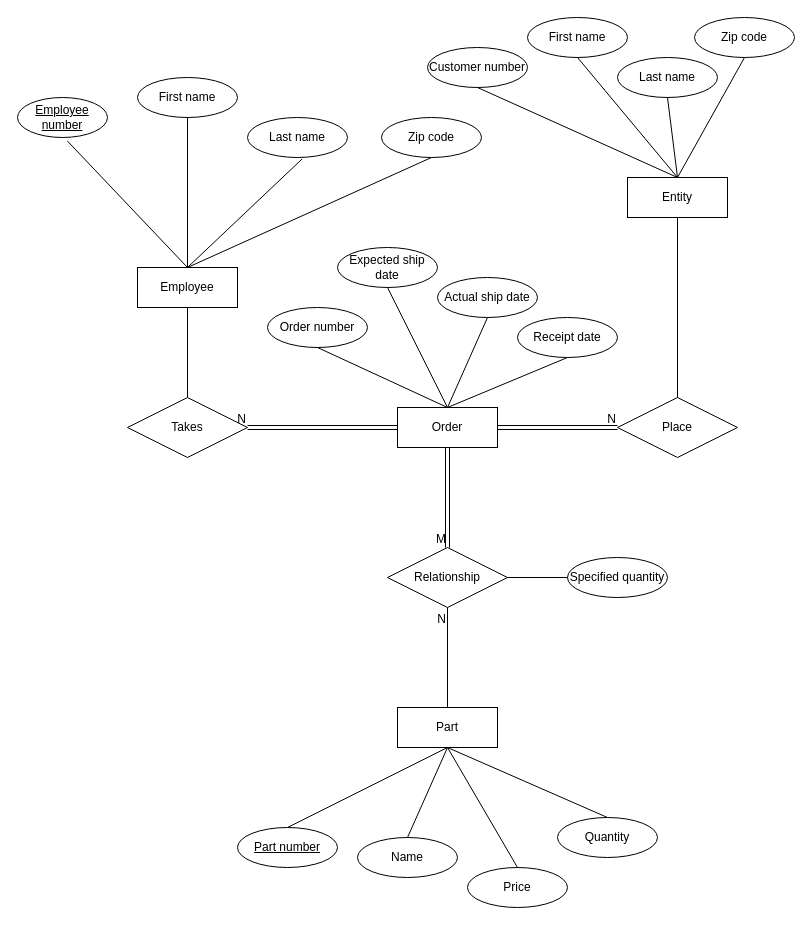
Above: 2.drawio in mzuyyy/Practice (draw.io), before the change. Source tidied: cells renumbered, new cells numbered last; positions are measured from the earlier drawing's top-left corner, leaving out a move shared by most shapes. Both pictures are drawn from the tidied source at 100%, with x=0, y=0 at pixel (17, 17).
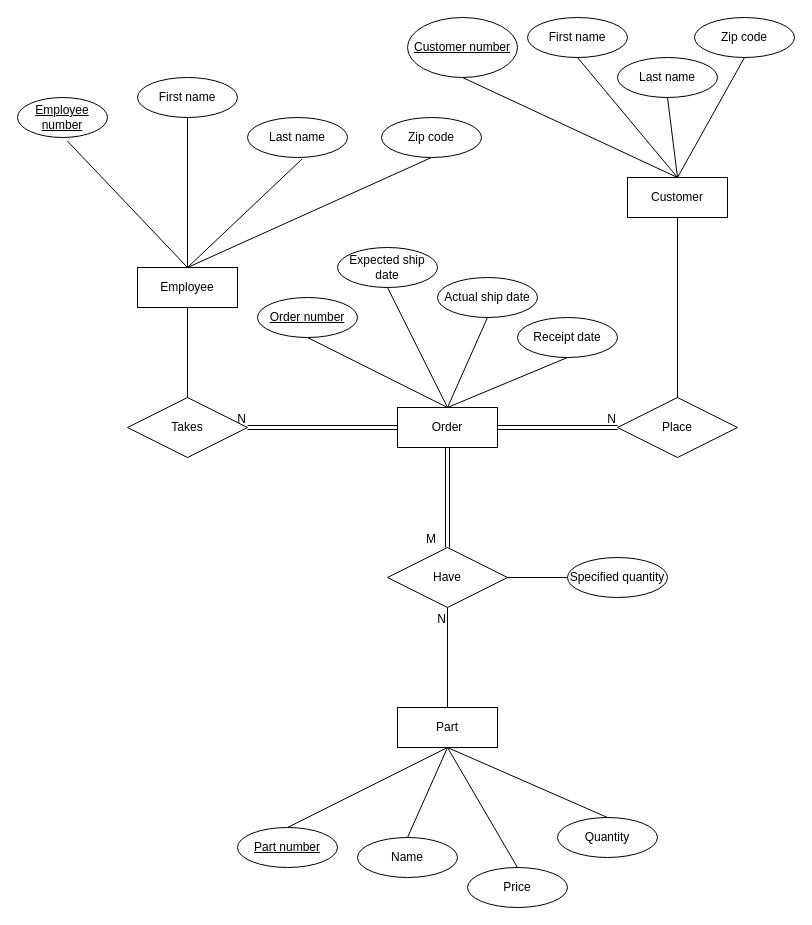
After the change.

Commit message:
Cập nhật 2.drawio

Unchanged cells that the change refers to:
```xml
<mxCell id="37" style="shape=link;html=1;rounded=0;exitX=0.5;exitY=1;exitDx=0;exitDy=0;entryX=0.5;entryY=0;entryDx=0;entryDy=0;" parent="1" edge="1" source="15" target="39">
  <mxGeometry relative="1" as="geometry" />
</mxCell>
```

The edit, as a diff of the source:
```diff
@@
-    <mxCell id="16" value="Order number" style="ellipse;whiteSpace=wrap;html=1;align=center;" parent="1" vertex="1">
-      <mxGeometry x="250" y="290" width="100" height="40" as="geometry" />
-    </mxCell>
@@
-    <mxCell id="28" value="Entity" style="whiteSpace=wrap;html=1;align=center;" parent="1" vertex="1">
+    <mxCell id="28" value="Customer" style="whiteSpace=wrap;html=1;align=center;" parent="1" vertex="1">
       <mxGeometry x="610" y="160" width="100" height="40" as="geometry" />
     </mxCell>
-    <mxCell id="29" value="Customer number" style="ellipse;whiteSpace=wrap;html=1;align=center;" parent="1" vertex="1">
-      <mxGeometry x="410" y="30" width="100" height="40" as="geometry" />
-    </mxCell>
@@
     <mxCell id="38" value="M" style="html=1;whiteSpace=wrap;align=right;verticalAlign=bottom;" parent="37" vertex="1">
-      <mxGeometry x="1" relative="1" as="geometry" />
+      <mxGeometry x="1" relative="1" as="geometry">
+        <mxPoint x="-10" as="offset" />
+      </mxGeometry>
     </mxCell>
-    <mxCell id="39" value="Relationship" style="shape=rhombus;perimeter=rhombusPerimeter;whiteSpace=wrap;html=1;align=center;" parent="1" vertex="1">
+    <mxCell id="39" value="Have" style="shape=rhombus;perimeter=rhombusPerimeter;whiteSpace=wrap;html=1;align=center;" parent="1" vertex="1">
       <mxGeometry x="370" y="530" width="120" height="60" as="geometry" />
     </mxCell>
@@
+    <mxCell id="29" value="Customer number" style="ellipse;whiteSpace=wrap;html=1;align=center;fontStyle=4;" parent="1" vertex="1">
+      <mxGeometry x="390" width="110" height="60" as="geometry" />
+    </mxCell>
+    <mxCell id="16" value="Order number" style="ellipse;whiteSpace=wrap;html=1;align=center;fontStyle=4;" parent="1" vertex="1">
+      <mxGeometry x="240" y="280" width="100" height="40" as="geometry" />
+    </mxCell>
```
